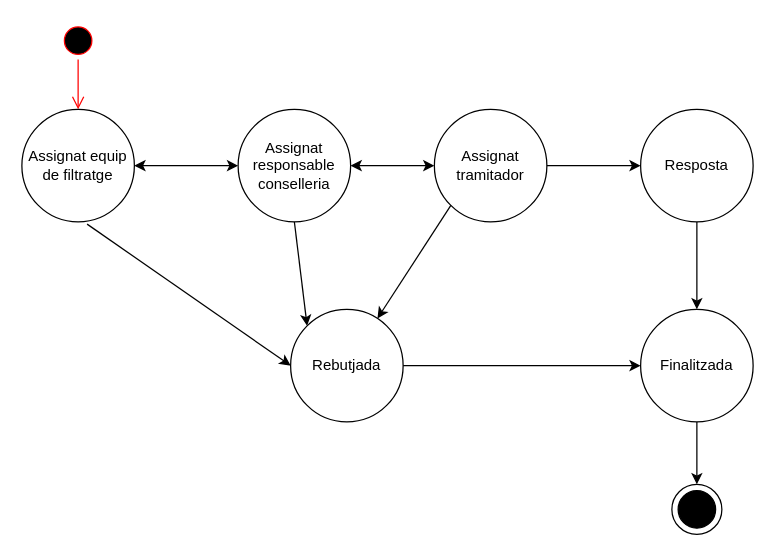
This is qssiDocumentació/qssi_Diagrama_Estats.drawio from vherrera-dgtic/qsi, a draw.io file, before an edit. Source tidied: cells renumbered, new cells numbered last; positions are measured from the earlier drawing's top-left corner, leaving out a move shared by most shapes. Both pictures are drawn from the tidied source at 125%, with x=0, y=0 at pixel (21, 21).
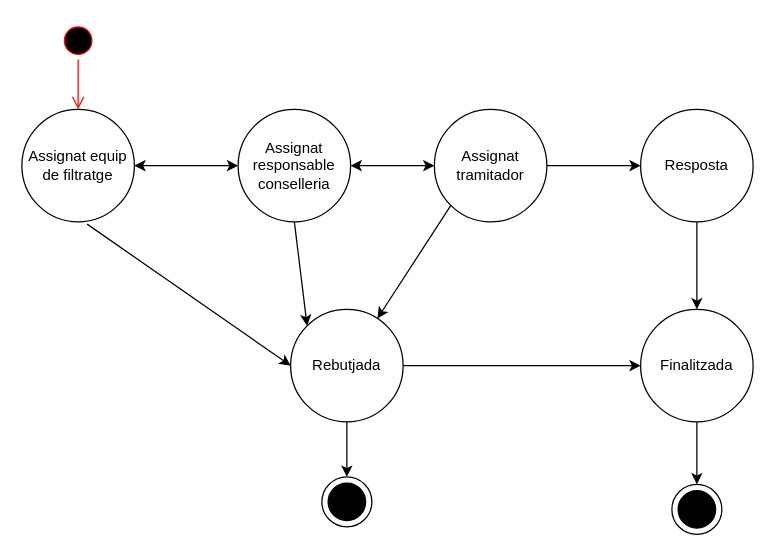
After the change.

Unchanged cells that the change refers to:
```xml
<mxCell id="6" value="Rebutjada" style="ellipse;whiteSpace=wrap;html=1;" parent="1" vertex="1">
  <mxGeometry x="215" y="230" width="90" height="90" as="geometry" />
</mxCell>
```

The edit, as a diff of the source:
```diff
@@
+    <mxCell id="20" style="shape=mxgraph.sysml.actFinal;html=1;verticalLabelPosition=bottom;labelBackgroundColor=#ffffff;verticalAlign=top;" parent="1" vertex="1">
+      <mxGeometry x="240" y="364" width="40" height="40" as="geometry" />
+    </mxCell>
+    <mxCell id="21" style="endArrow=classic;html=1;strokeColor=#000000;exitX=0.5;exitY=1;exitDx=0;exitDy=0;entryX=0.5;entryY=0;entryDx=0;entryDy=0;entryPerimeter=0;" parent="1" edge="1" source="6" target="20">
+      <mxGeometry relative="1" as="geometry" />
+    </mxCell>
```
